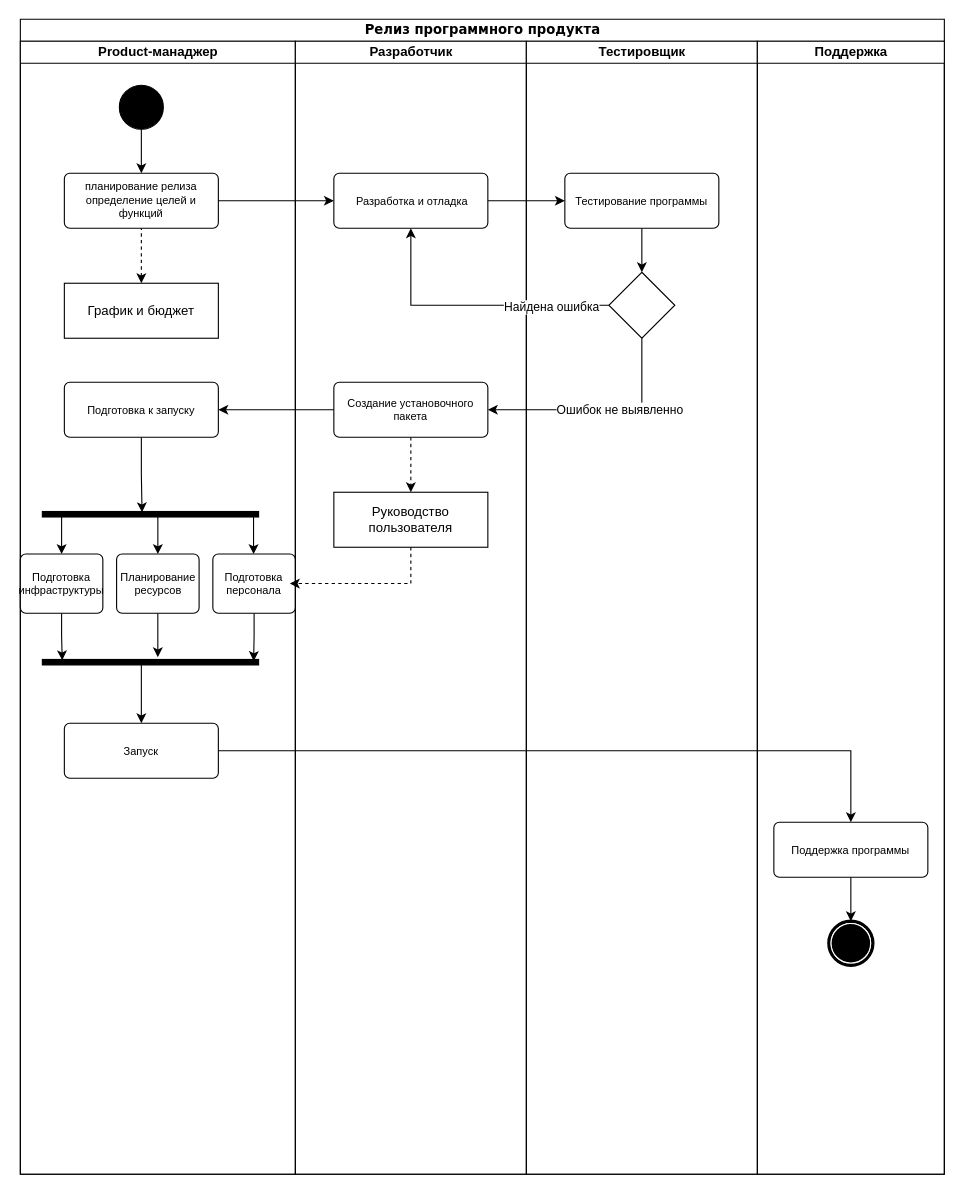
The draw.io diagram Process/Lesson6/Task1.drawio in BlackStoneShadow/Business, before the edit. Source tidied: cells renumbered, new cells numbered last; positions are measured from the earlier drawing's top-left corner, leaving out a move shared by most shapes. Both pictures are drawn from the tidied source at 110%, with x=0, y=0 at pixel (20, 19).
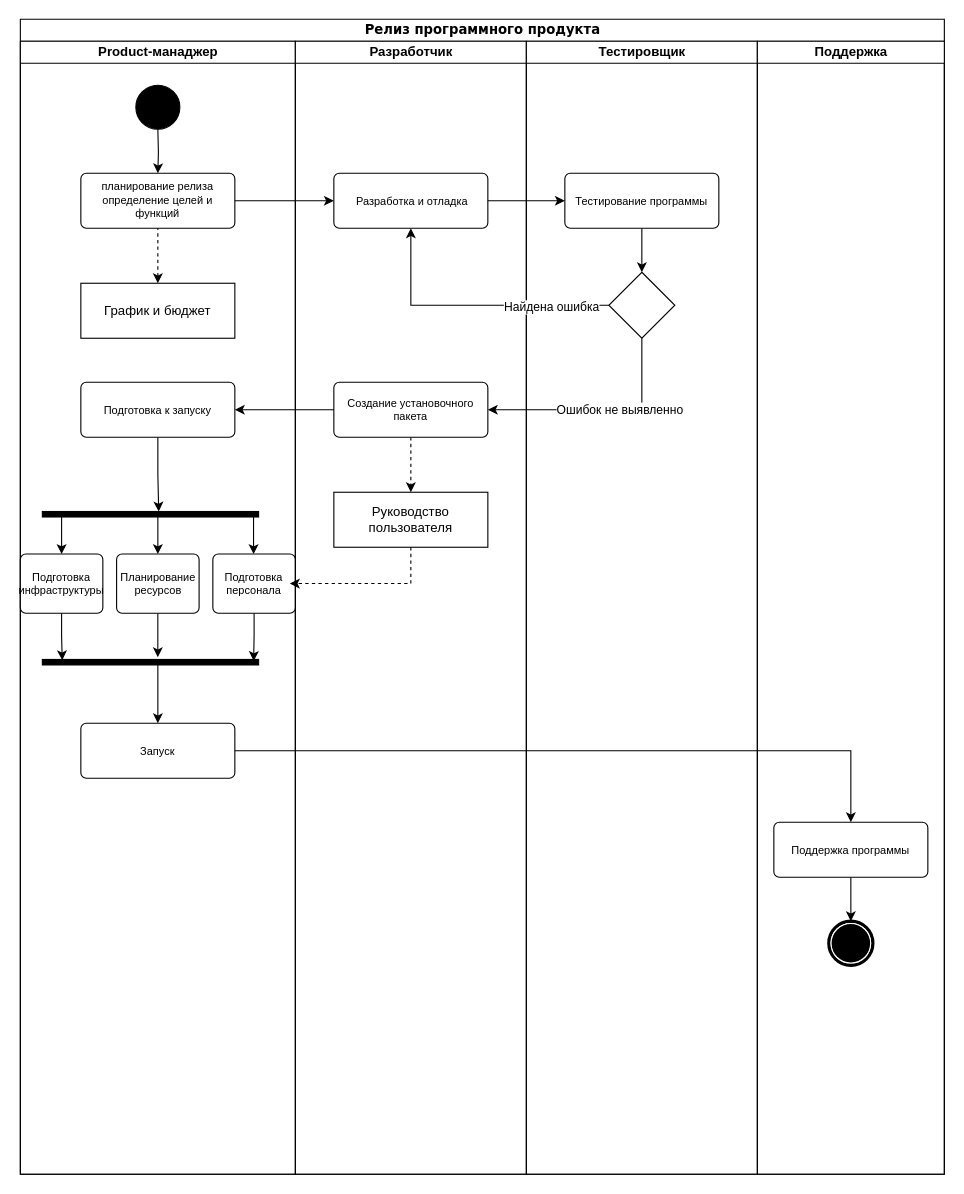
The same diagram, later.

The change refers to these unchanged cells:
```xml
<mxCell id="3" value="Product-манаджер" style="swimlane;html=1;startSize=20;" parent="2" vertex="1">
  <mxGeometry y="20" width="250" height="1030" as="geometry" />
</mxCell>
<mxCell id="14" style="html=1;points=[];perimeter=orthogonalPerimeter;fillColor=strokeColor;rotation=-90;" parent="3" vertex="1">
  <mxGeometry x="115.8" y="331.7" width="5" height="196.6" as="geometry" />
</mxCell>
<mxCell id="22" style="html=1;points=[];perimeter=orthogonalPerimeter;fillColor=strokeColor;rotation=-90;" parent="3" vertex="1">
  <mxGeometry x="115.8" y="466.2" width="5" height="196.6" as="geometry" />
</mxCell>
```

The edit, as a diff of the source:
```diff
@@
-    <mxCell id="4" style="edgeStyle=orthogonalEdgeStyle;rounded=0;jettySize=auto;html=1;" parent="3" edge="1" source="5" target="6">
-      <mxGeometry relative="1" as="geometry" />
+    <mxCell id="4" style="edgeStyle=orthogonalEdgeStyle;rounded=0;jettySize=auto;html=1;" parent="3" edge="1" target="6">
+      <mxGeometry relative="1" as="geometry">
+        <mxPoint x="125" y="80" as="sourcePoint" />
+      </mxGeometry>
     </mxCell>
     <mxCell id="5" style="ellipse;whiteSpace=wrap;html=1;rounded=0;shadow=0;comic=0;labelBackgroundColor=none;strokeWidth=1;fillColor=#000000;fontFamily=Verdana;fontSize=12;align=center;" parent="3" vertex="1">
-      <mxGeometry x="90" y="40" width="40" height="40" as="geometry" />
+      <mxGeometry x="105" y="40" width="40" height="40" as="geometry" />
     </mxCell>
     <mxCell id="6" value="&lt;font style=&quot;font-size: 10px;&quot;&gt;планирование релиза&lt;br style=&quot;border-color: var(--border-color); font-size: 10px;&quot;&gt;определение целей и функций&lt;/font&gt;" style="html=1;align=center;verticalAlign=top;rounded=1;absoluteArcSize=1;arcSize=10;dashed=0;whiteSpace=wrap;fontSize=10;" parent="3" vertex="1">
-      <mxGeometry x="40" y="120" width="140" height="50" as="geometry" />
+      <mxGeometry x="55" y="120" width="140" height="50" as="geometry" />
     </mxCell>
@@
     <mxCell id="8" value="График и бюджет" style="html=1;whiteSpace=wrap;" parent="3" vertex="1">
-      <mxGeometry x="40" y="220" width="140" height="50" as="geometry" />
+      <mxGeometry x="55" y="220" width="140" height="50" as="geometry" />
     </mxCell>
-    <mxCell id="9" style="edgeStyle=orthogonalEdgeStyle;rounded=0;jettySize=auto;html=1;entryX=0.868;entryY=0.461;entryDx=0;entryDy=0;entryPerimeter=0;" parent="3" edge="1" source="10" target="14">
+    <mxCell id="9" style="edgeStyle=orthogonalEdgeStyle;rounded=0;jettySize=auto;html=1;entryX=0.987;entryY=0.538;entryDx=0;entryDy=0;entryPerimeter=0;" parent="3" edge="1" source="10" target="14">
       <mxGeometry relative="1" as="geometry" />
     </mxCell>
     <mxCell id="10" value="Подготовка к запуску" style="html=1;align=center;verticalAlign=middle;rounded=1;absoluteArcSize=1;arcSize=10;dashed=0;whiteSpace=wrap;fontSize=10;" parent="3" vertex="1">
-      <mxGeometry x="40" y="310" width="140" height="50" as="geometry" />
+      <mxGeometry x="55" y="310" width="140" height="50" as="geometry" />
     </mxCell>
@@
     <mxCell id="21" style="edgeStyle=orthogonalEdgeStyle;rounded=0;jettySize=auto;html=1;entryX=0.5;entryY=0;entryDx=0;entryDy=0;" parent="3" edge="1" source="22" target="23">
       <mxGeometry relative="1" as="geometry">
         <Array as="points">
-          <mxPoint x="110" y="580" />
-          <mxPoint x="110" y="580" />
+          <mxPoint x="125" y="570" />
+          <mxPoint x="125" y="570" />
         </Array>
       </mxGeometry>
     </mxCell>
@@
     <mxCell id="23" value="Запуск" style="html=1;align=center;verticalAlign=middle;rounded=1;absoluteArcSize=1;arcSize=10;dashed=0;whiteSpace=wrap;fontSize=10;" parent="3" vertex="1">
-      <mxGeometry x="40" y="620" width="140" height="50" as="geometry" />
+      <mxGeometry x="55" y="620" width="140" height="50" as="geometry" />
     </mxCell>
```
